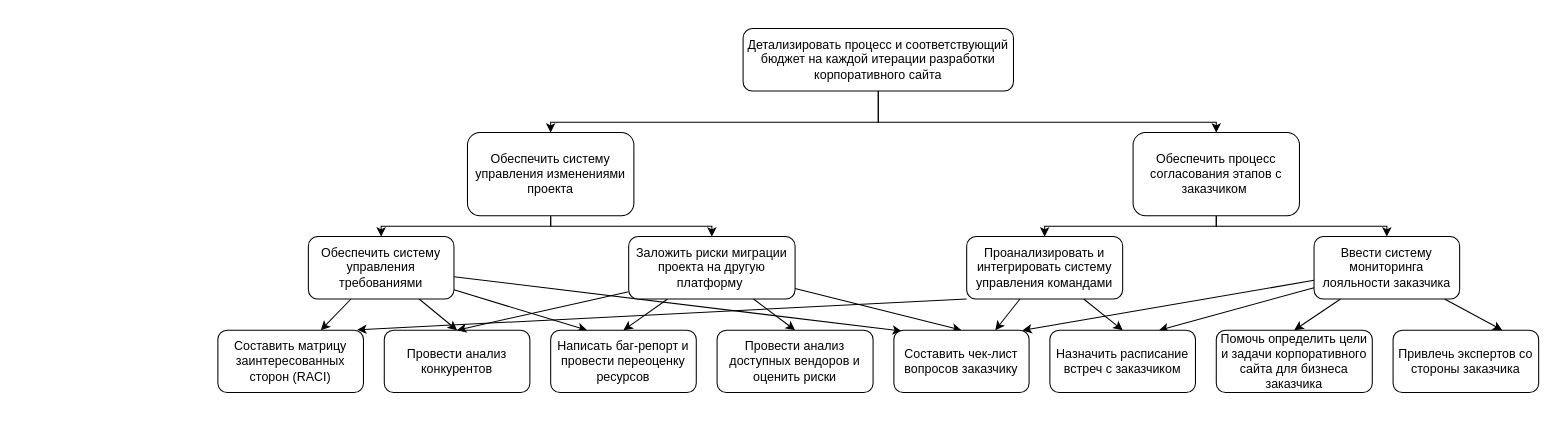
Before: page "Дерево целей" (8 of 8) of 3 курс/5 семестр/ТСиСА/Курсовая/модели2ч.drawio in Luzinsan/tusur, a draw.io diagram. Source tidied: cells renumbered, new cells numbered last; positions are measured from the earlier drawing's top-left corner, leaving out a move shared by most shapes. Both pictures are drawn from the tidied source at 104%, with x=0, y=0 at pixel (217, 28).
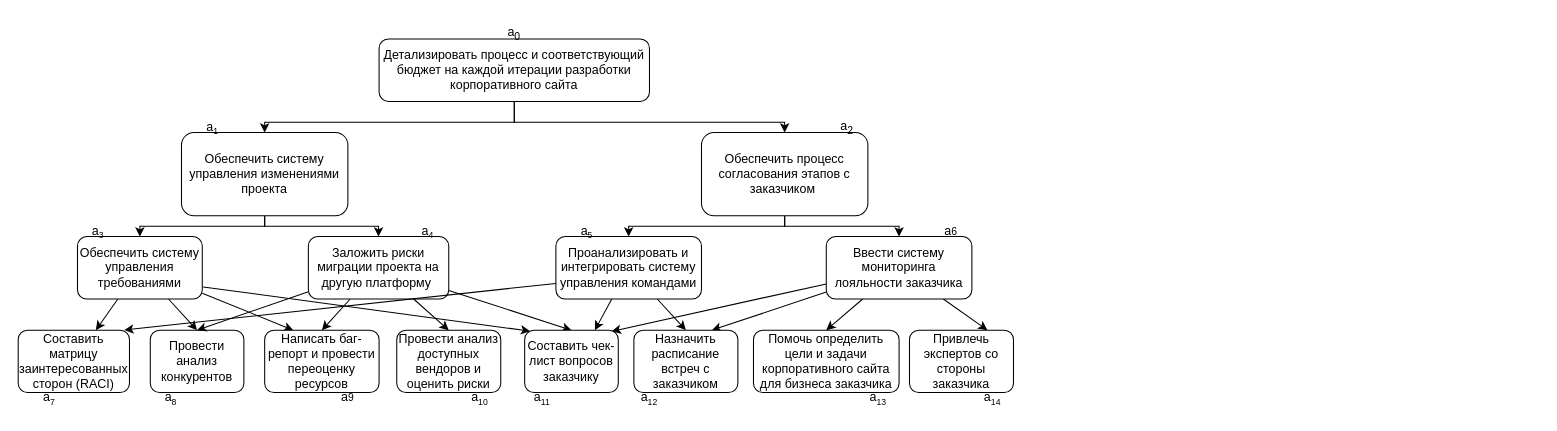
The same page after the edit.

Change to the diagram source:
```diff
@@
     <mxCell id="2" style="edgeStyle=orthogonalEdgeStyle;rounded=0;jettySize=auto;html=1;entryX=0.5;entryY=0;entryDx=0;entryDy=0;" parent="1" edge="1" source="4" target="7">
       <mxGeometry relative="1" as="geometry">
         <Array as="points">
-          <mxPoint x="635" y="90" />
-          <mxPoint x="320" y="90" />
+          <mxPoint x="285" y="90" />
+          <mxPoint x="45" y="90" />
         </Array>
       </mxGeometry>
     </mxCell>
     <mxCell id="3" style="edgeStyle=orthogonalEdgeStyle;rounded=0;jettySize=auto;html=1;entryX=0.5;entryY=0;entryDx=0;entryDy=0;" parent="1" edge="1" source="4" target="24">
       <mxGeometry relative="1" as="geometry">
         <Array as="points">
-          <mxPoint x="635" y="90" />
-          <mxPoint x="960" y="90" />
+          <mxPoint x="285" y="90" />
+          <mxPoint x="545" y="90" />
         </Array>
       </mxGeometry>
     </mxCell>
     <mxCell id="4" value="Детализировать процесс и соответствующий бюджет на каждой итерации разработки корпоративного сайта" style="rounded=1;whiteSpace=wrap;html=1;" parent="1" vertex="1">
-      <mxGeometry x="505" width="260" height="60" as="geometry" />
+      <mxGeometry x="155" y="10" width="260" height="60" as="geometry" />
     </mxCell>
-    <mxCell id="5" style="edgeStyle=orthogonalEdgeStyle;rounded=0;jettySize=auto;html=1;entryX=0.5;entryY=0;entryDx=0;entryDy=0;" parent="1" edge="1" source="7" target="12">
+    <mxCell id="5" style="edgeStyle=orthogonalEdgeStyle;rounded=0;jettySize=auto;html=1;entryX=0.5;entryY=0;entryDx=0;entryDy=0;exitX=0.5;exitY=1;exitDx=0;exitDy=0;" parent="1" edge="1" source="7" target="12">
       <mxGeometry relative="1" as="geometry">
         <Array as="points">
-          <mxPoint x="320" y="190" />
-          <mxPoint x="157" y="190" />
+          <mxPoint x="45" y="190" />
+          <mxPoint x="-75" y="190" />
         </Array>
       </mxGeometry>
     </mxCell>
     <mxCell id="6" style="edgeStyle=orthogonalEdgeStyle;rounded=0;jettySize=auto;html=1;entryX=0.5;entryY=0;entryDx=0;entryDy=0;" parent="1" edge="1" source="7" target="19">
       <mxGeometry relative="1" as="geometry">
         <Array as="points">
-          <mxPoint x="320" y="190" />
-          <mxPoint x="475" y="190" />
+          <mxPoint x="45" y="190" />
+          <mxPoint x="155" y="190" />
         </Array>
       </mxGeometry>
     </mxCell>
     <mxCell id="7" value="Обеспечить систему управления изменениями проекта" style="rounded=1;whiteSpace=wrap;html=1;" parent="1" vertex="1">
-      <mxGeometry x="240" y="100" width="160" height="80" as="geometry" />
+      <mxGeometry x="-35" y="100" width="160" height="80" as="geometry" />
     </mxCell>
@@
-    <mxCell id="10" style="edgeStyle=none;rounded=0;jettySize=auto;html=1;entryX=0.059;entryY=0.015;entryDx=0;entryDy=0;entryPerimeter=0;" parent="1" edge="1" source="12" target="34">
+    <mxCell id="10" style="edgeStyle=none;rounded=0;jettySize=auto;html=1;entryX=0.059;entryY=0.015;entryDx=0;entryDy=0;entryPerimeter=0;exitX=1.007;exitY=0.807;exitDx=0;exitDy=0;exitPerimeter=0;" parent="1" edge="1" source="12" target="34">
       <mxGeometry relative="1" as="geometry" />
     </mxCell>
@@
     <mxCell id="12" value="Обеспечить систему управления требованиями" style="rounded=1;whiteSpace=wrap;html=1;" parent="1" vertex="1">
-      <mxGeometry x="87" y="200" width="140" height="60" as="geometry" />
+      <mxGeometry x="-135" y="200" width="120" height="60" as="geometry" />
     </mxCell>
     <mxCell id="13" value="Составить матрицу заинтересованных сторон (RACI)" style="rounded=1;whiteSpace=wrap;html=1;" parent="1" vertex="1">
-      <mxGeometry y="290" width="140" height="60" as="geometry" />
+      <mxGeometry x="-192" y="290" width="107" height="60" as="geometry" />
     </mxCell>
     <mxCell id="14" value="Провести анализ конкурентов" style="rounded=1;whiteSpace=wrap;html=1;" parent="1" vertex="1">
-      <mxGeometry x="160" y="290" width="140" height="60" as="geometry" />
+      <mxGeometry x="-65" y="290" width="90" height="60" as="geometry" />
     </mxCell>
@@
     <mxCell id="19" value="Заложить риски миграции проекта на другую платформу&amp;nbsp;" style="rounded=1;whiteSpace=wrap;html=1;" parent="1" vertex="1">
-      <mxGeometry x="395" y="200" width="160" height="60" as="geometry" />
+      <mxGeometry x="87" y="200" width="135" height="60" as="geometry" />
     </mxCell>
     <mxCell id="20" value="Написать баг-репорт и провести переоценку ресурсов" style="rounded=1;whiteSpace=wrap;html=1;" parent="1" vertex="1">
-      <mxGeometry x="320" y="290" width="140" height="60" as="geometry" />
+      <mxGeometry x="45" y="290" width="110" height="60" as="geometry" />
     </mxCell>
     <mxCell id="21" value="Провести анализ доступных вендоров и оценить риски" style="rounded=1;whiteSpace=wrap;html=1;" parent="1" vertex="1">
-      <mxGeometry x="480" y="290" width="150" height="60" as="geometry" />
+      <mxGeometry x="172" y="290" width="100" height="60" as="geometry" />
     </mxCell>
-    <mxCell id="22" style="edgeStyle=orthogonalEdgeStyle;rounded=0;jettySize=auto;html=1;entryX=0.5;entryY=0;entryDx=0;entryDy=0;" parent="1" edge="1" source="24" target="28">
+    <mxCell id="22" style="edgeStyle=orthogonalEdgeStyle;rounded=0;jettySize=auto;html=1;entryX=0.5;entryY=0;entryDx=0;entryDy=0;exitX=0.5;exitY=1;exitDx=0;exitDy=0;" parent="1" edge="1" source="24" target="28">
       <mxGeometry relative="1" as="geometry">
         <Array as="points">
-          <mxPoint x="960" y="190" />
-          <mxPoint x="795" y="190" />
+          <mxPoint x="545" y="190" />
+          <mxPoint x="395" y="190" />
         </Array>
       </mxGeometry>
     </mxCell>
     <mxCell id="23" style="edgeStyle=orthogonalEdgeStyle;rounded=0;jettySize=auto;html=1;entryX=0.5;entryY=0;entryDx=0;entryDy=0;" parent="1" edge="1" source="24" target="33">
       <mxGeometry relative="1" as="geometry">
         <Array as="points">
-          <mxPoint x="960" y="190" />
-          <mxPoint x="1124" y="190" />
+          <mxPoint x="545" y="190" />
+          <mxPoint x="655" y="190" />
         </Array>
       </mxGeometry>
     </mxCell>
     <mxCell id="24" value="Обеспечить процесс согласования этапов с заказчиком&amp;nbsp;" style="rounded=1;whiteSpace=wrap;html=1;" parent="1" vertex="1">
-      <mxGeometry x="880" y="100" width="160" height="80" as="geometry" />
+      <mxGeometry x="465" y="100" width="160" height="80" as="geometry" />
     </mxCell>
@@
-    <mxCell id="26" style="edgeStyle=none;rounded=0;jettySize=auto;html=1;entryX=0.957;entryY=-0.007;entryDx=0;entryDy=0;exitX=0;exitY=1;exitDx=0;exitDy=0;entryPerimeter=0;" parent="1" edge="1" source="28" target="13">
+    <mxCell id="26" style="edgeStyle=none;rounded=0;jettySize=auto;html=1;entryX=0.953;entryY=-0.003;entryDx=0;entryDy=0;exitX=0;exitY=0.75;exitDx=0;exitDy=0;entryPerimeter=0;" parent="1" edge="1" source="28" target="13">
       <mxGeometry relative="1" as="geometry" />
     </mxCell>
@@
     <mxCell id="28" value="Проанализировать и интегрировать систему управления командами" style="rounded=1;whiteSpace=wrap;html=1;" parent="1" vertex="1">
-      <mxGeometry x="720" y="200" width="150" height="60" as="geometry" />
+      <mxGeometry x="325" y="200" width="140" height="60" as="geometry" />
     </mxCell>
@@
-    <mxCell id="32" style="edgeStyle=none;rounded=0;jettySize=auto;html=1;entryX=0.951;entryY=0.004;entryDx=0;entryDy=0;entryPerimeter=0;" parent="1" edge="1" source="33" target="34">
+    <mxCell id="32" style="edgeStyle=none;rounded=0;jettySize=auto;html=1;entryX=0.929;entryY=0.018;entryDx=0;entryDy=0;entryPerimeter=0;" parent="1" edge="1" source="33" target="34">
       <mxGeometry relative="1" as="geometry" />
     </mxCell>
     <mxCell id="33" value="Ввести систему мониторинга лояльности заказчика" style="rounded=1;whiteSpace=wrap;html=1;" parent="1" vertex="1">
-      <mxGeometry x="1054" y="200" width="140" height="60" as="geometry" />
+      <mxGeometry x="585" y="200" width="140" height="60" as="geometry" />
     </mxCell>
     <mxCell id="34" value="Составить чек-лист вопросов заказчику" style="rounded=1;whiteSpace=wrap;html=1;" parent="1" vertex="1">
-      <mxGeometry x="650" y="290" width="130" height="60" as="geometry" />
+      <mxGeometry x="295" y="290" width="90" height="60" as="geometry" />
     </mxCell>
     <mxCell id="35" value="Назначить расписание встреч с заказчиком" style="rounded=1;whiteSpace=wrap;html=1;" parent="1" vertex="1">
-      <mxGeometry x="800" y="290" width="140" height="60" as="geometry" />
+      <mxGeometry x="400" y="290" width="100" height="60" as="geometry" />
     </mxCell>
     <mxCell id="36" value="Помочь определить цели и задачи корпоративного сайта для бизнеса заказчика" style="rounded=1;whiteSpace=wrap;html=1;" parent="1" vertex="1">
-      <mxGeometry x="960" y="290" width="150" height="60" as="geometry" />
+      <mxGeometry x="515" y="290" width="140" height="60" as="geometry" />
     </mxCell>
     <mxCell id="37" value="Привлечь экспертов со стороны заказчика" style="rounded=1;whiteSpace=wrap;html=1;" parent="1" vertex="1">
-      <mxGeometry x="1130" y="290" width="140" height="60" as="geometry" />
+      <mxGeometry x="665" y="290" width="100" height="60" as="geometry" />
     </mxCell>
+    <mxCell id="38" value="a&lt;sub&gt;0&lt;/sub&gt;" style="text;html=1;strokeColor=none;fillColor=none;align=center;verticalAlign=middle;whiteSpace=wrap;rounded=0;" parent="1" vertex="1">
+      <mxGeometry x="255" y="-10" width="60" height="30" as="geometry" />
+    </mxCell>
+    <mxCell id="39" value="a&lt;span style=&quot;font-size: 10px;&quot;&gt;&lt;sub&gt;1&lt;/sub&gt;&lt;/span&gt;" style="text;html=1;strokeColor=none;fillColor=none;align=center;verticalAlign=middle;whiteSpace=wrap;rounded=0;" parent="1" vertex="1">
+      <mxGeometry x="-35" y="80" width="60" height="30" as="geometry" />
+    </mxCell>
+    <mxCell id="40" value="a&lt;sub&gt;2&lt;/sub&gt;" style="text;html=1;strokeColor=none;fillColor=none;align=center;verticalAlign=middle;whiteSpace=wrap;rounded=0;" parent="1" vertex="1">
+      <mxGeometry x="575" y="80" width="60" height="30" as="geometry" />
+    </mxCell>
+    <mxCell id="41" value="a&lt;span style=&quot;font-size: 10px;&quot;&gt;&lt;sub&gt;3&lt;/sub&gt;&lt;/span&gt;" style="text;html=1;strokeColor=none;fillColor=none;align=center;verticalAlign=middle;whiteSpace=wrap;rounded=0;" parent="1" vertex="1">
+      <mxGeometry x="-145" y="180" width="60" height="30" as="geometry" />
+    </mxCell>
+    <mxCell id="42" value="a&lt;span style=&quot;font-size: 10px;&quot;&gt;&lt;sub&gt;4&lt;/sub&gt;&lt;/span&gt;" style="text;html=1;strokeColor=none;fillColor=none;align=center;verticalAlign=middle;whiteSpace=wrap;rounded=0;" parent="1" vertex="1">
+      <mxGeometry x="172" y="180" width="60" height="30" as="geometry" />
+    </mxCell>
+    <mxCell id="43" value="a&lt;span style=&quot;font-size: 10px;&quot;&gt;&lt;sub&gt;7&lt;/sub&gt;&lt;/span&gt;" style="text;html=1;strokeColor=none;fillColor=none;align=center;verticalAlign=middle;whiteSpace=wrap;rounded=0;" parent="1" vertex="1">
+      <mxGeometry x="-192" y="340" width="60" height="30" as="geometry" />
+    </mxCell>
+    <mxCell id="44" value="a&lt;span style=&quot;font-size: 10px;&quot;&gt;&lt;sub&gt;8&lt;/sub&gt;&lt;/span&gt;" style="text;html=1;strokeColor=none;fillColor=none;align=center;verticalAlign=middle;whiteSpace=wrap;rounded=0;" parent="1" vertex="1">
+      <mxGeometry x="-75" y="340" width="60" height="30" as="geometry" />
+    </mxCell>
+    <mxCell id="45" value="a&lt;span style=&quot;font-size: 10px;&quot;&gt;9&lt;/span&gt;" style="text;html=1;strokeColor=none;fillColor=none;align=center;verticalAlign=middle;whiteSpace=wrap;rounded=0;" parent="1" vertex="1">
+      <mxGeometry x="95" y="340" width="60" height="30" as="geometry" />
+    </mxCell>
+    <mxCell id="46" value="a&lt;span style=&quot;font-size: 10px;&quot;&gt;&lt;sub&gt;10&lt;/sub&gt;&lt;/span&gt;" style="text;html=1;strokeColor=none;fillColor=none;align=center;verticalAlign=middle;whiteSpace=wrap;rounded=0;" parent="1" vertex="1">
+      <mxGeometry x="222" y="340" width="60" height="30" as="geometry" />
+    </mxCell>
+    <mxCell id="47" value="a&lt;span style=&quot;font-size: 10px;&quot;&gt;&lt;sub&gt;11&lt;/sub&gt;&lt;/span&gt;" style="text;html=1;strokeColor=none;fillColor=none;align=center;verticalAlign=middle;whiteSpace=wrap;rounded=0;" parent="1" vertex="1">
+      <mxGeometry x="282" y="340" width="60" height="30" as="geometry" />
+    </mxCell>
+    <mxCell id="48" value="a&lt;span style=&quot;font-size: 10px;&quot;&gt;&lt;sub&gt;12&lt;/sub&gt;&lt;/span&gt;" style="text;html=1;strokeColor=none;fillColor=none;align=center;verticalAlign=middle;whiteSpace=wrap;rounded=0;" parent="1" vertex="1">
+      <mxGeometry x="385" y="340" width="60" height="30" as="geometry" />
+    </mxCell>
+    <mxCell id="49" value="a&lt;span style=&quot;font-size: 10px;&quot;&gt;&lt;sub&gt;5&lt;/sub&gt;&lt;/span&gt;" style="text;html=1;strokeColor=none;fillColor=none;align=center;verticalAlign=middle;whiteSpace=wrap;rounded=0;" parent="1" vertex="1">
+      <mxGeometry x="325" y="180" width="60" height="30" as="geometry" />
+    </mxCell>
+    <mxCell id="50" value="a&lt;span style=&quot;font-size: 10px;&quot;&gt;6&lt;/span&gt;" style="text;html=1;strokeColor=none;fillColor=none;align=center;verticalAlign=middle;whiteSpace=wrap;rounded=0;" parent="1" vertex="1">
+      <mxGeometry x="675" y="180" width="60" height="30" as="geometry" />
+    </mxCell>
+    <mxCell id="51" value="a&lt;span style=&quot;font-size: 10px;&quot;&gt;&lt;sub&gt;13&lt;/sub&gt;&lt;/span&gt;" style="text;html=1;strokeColor=none;fillColor=none;align=center;verticalAlign=middle;whiteSpace=wrap;rounded=0;" parent="1" vertex="1">
+      <mxGeometry x="605" y="340" width="60" height="30" as="geometry" />
+    </mxCell>
+    <mxCell id="52" value="a&lt;span style=&quot;font-size: 10px;&quot;&gt;&lt;sub&gt;14&lt;/sub&gt;&lt;/span&gt;" style="text;html=1;strokeColor=none;fillColor=none;align=center;verticalAlign=middle;whiteSpace=wrap;rounded=0;" parent="1" vertex="1">
+      <mxGeometry x="715" y="340" width="60" height="30" as="geometry" />
+    </mxCell>
```
